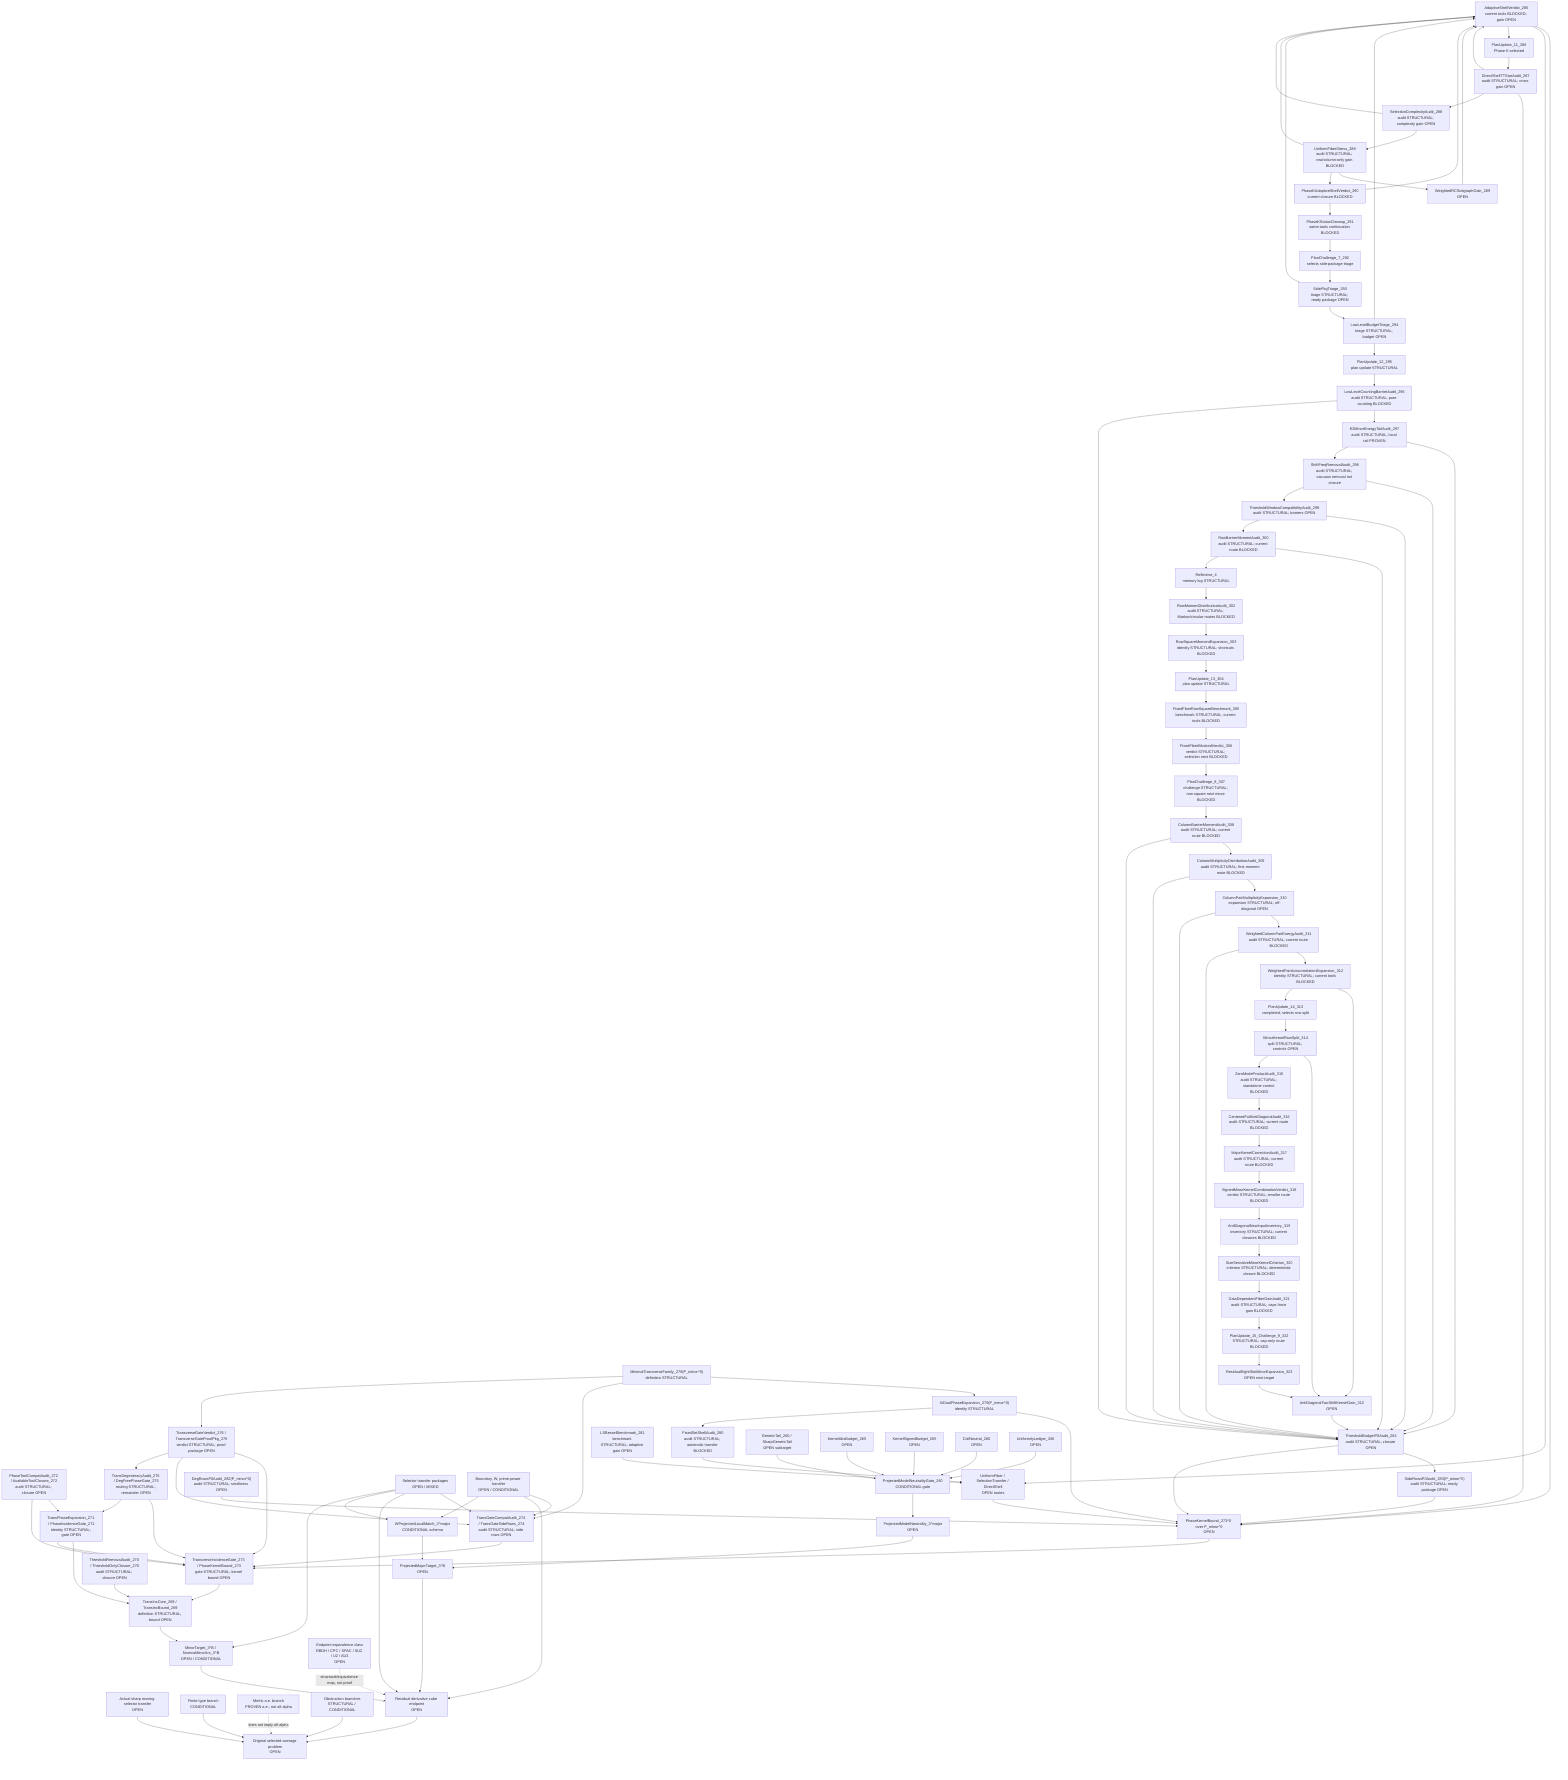
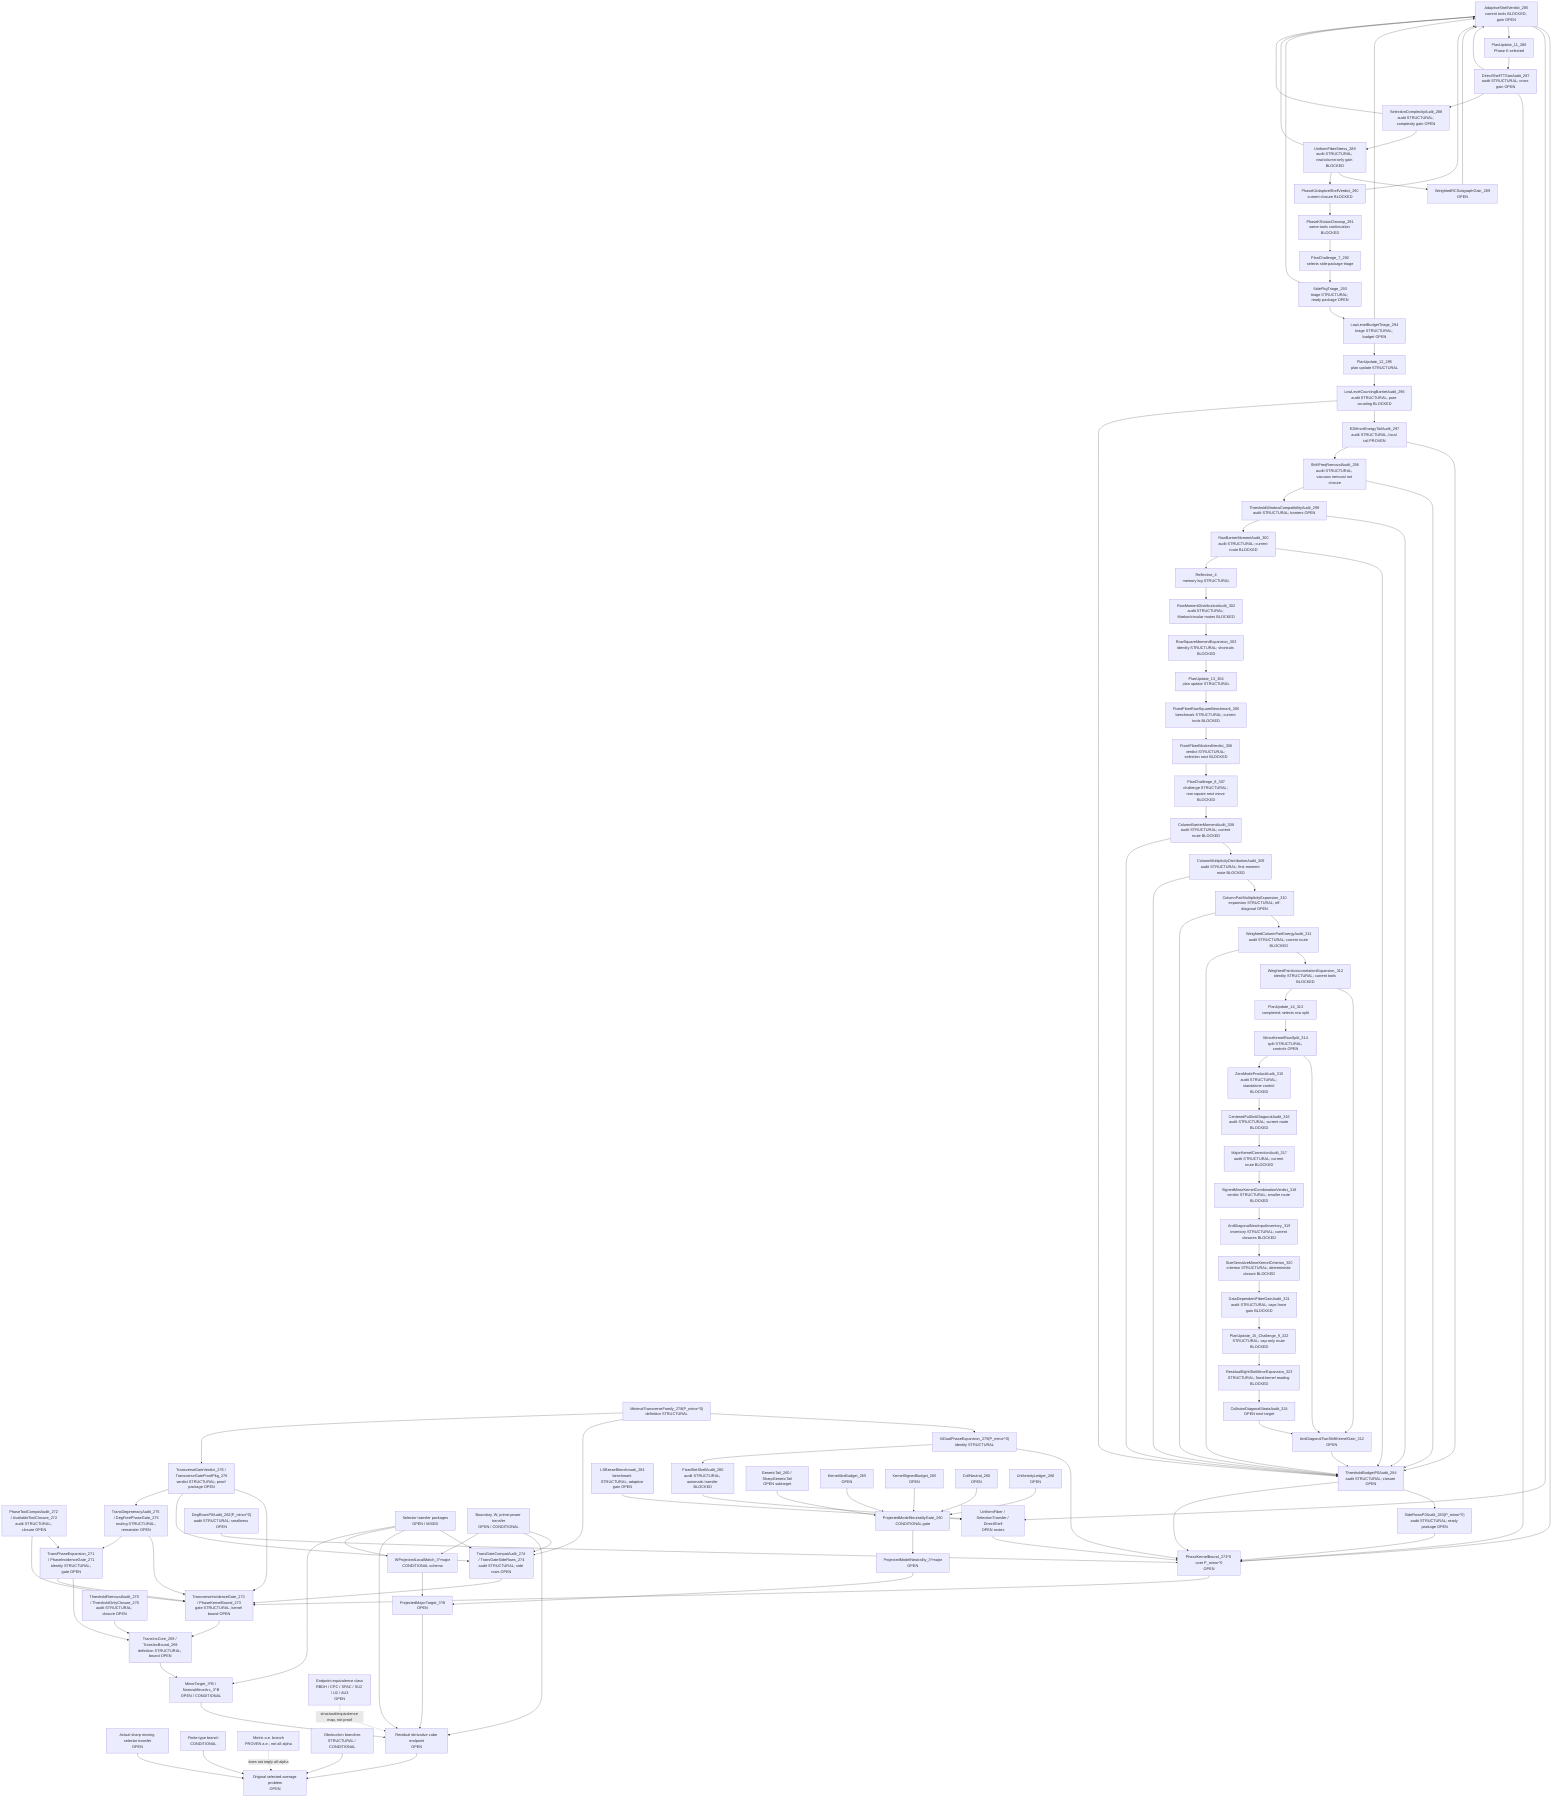
flowchart TD
  Original["Original selected-average problem<br/>OPEN"]
  SharpSel["Actual sharp moving selector transfer<br/>OPEN"]
  FiniteType["Finite-type branch<br/>CONDITIONAL"]
  Metric["Metric a.e. branch<br/>PROVEN a.e.; not all-alpha"]
  Obstruction["Obstruction branches<br/>STRUCTURAL / CONDITIONAL"]

  ResCube["Residual derivative cube endpoint<br/>OPEN"]
  MajorTarget["ProjectedMajorTarget_3^B<br/>OPEN"]
  MinorTarget["MinorTarget_3^B / NarrowMinorArc_3^B<br/>OPEN / CONDITIONAL"]
  TransInc["TransIncCore_269 / TransIncBound_269<br/>definition STRUCTURAL; bound OPEN"]
  ThresholdAudit["ThresholdRemovalAudit_270 / ThresholdOnlyClosure_270<br/>audit STRUCTURAL; closure OPEN"]
  PhaseExpansion["TransPhaseExpansion_271 / PhaseIncidenceGate_271<br/>identity STRUCTURAL; gate OPEN"]
  ToolCompat["PhaseToolCompatAudit_272 / AvailableToolClosure_272<br/>audit STRUCTURAL; closure OPEN"]
  TransGate["TransverseIncidenceGate_273 / PhaseKernelBound_273<br/>gate STRUCTURAL; kernel bound OPEN"]
  TransGateCompat["TransGateCompatAudit_274 / TransGateSideRows_274<br/>audit STRUCTURAL; side rows OPEN"]
  DegAudit["TransDegeneracyAudit_275 / DegFreePhaseGate_275<br/>routing STRUCTURAL; remainder OPEN"]
  TransVerdict["TransverseGateVerdict_276 / TransverseGateProofPkg_276<br/>verdict STRUCTURAL; proof package OPEN"]
  MinTransFamily["MinimalTransverseFamily_278(P_minor^0)<br/>definition STRUCTURAL"]
  XiExpansion["XiDualPhaseExpansion_279(P_minor^0)<br/>identity STRUCTURAL"]
  FixedShellAudit["FixedSetShellAudit_280<br/>audit STRUCTURAL; automatic transfer BLOCKED"]
  FixedShellTransfer["UniformFiber / SelectionTransfer / DirectShell<br/>OPEN routes"]
  LSBesselBench["LSBesselBenchmark_281<br/>benchmark STRUCTURAL; adaptive gain OPEN"]
  DegRowsP0["DegRowsP0Audit_282(P_minor^0)<br/>audit STRUCTURAL; smallness OPEN"]
  SideRowsP0["SideRowsP0Audit_283(P_minor^0)<br/>audit STRUCTURAL; ready package OPEN"]
  ThresholdP0["ThresholdBudgetP0Audit_284<br/>audit STRUCTURAL; closure OPEN"]
  AdaptiveShellP0["AdaptiveShellVerdict_285<br/>current tools BLOCKED; gain OPEN"]
  PlanUpdate11["PlanUpdate_11_286<br/>Phase K selected"]
  DirectTTStar["DirectShellTTStarAudit_287<br/>audit STRUCTURAL; cross gain OPEN"]
  SelectionComplexity["SelectionComplexityAudit_288<br/>audit STRUCTURAL; complexity gain OPEN"]
  UniformFiberStress["UniformFiberStress_289<br/>audit STRUCTURAL; row/column-only gain BLOCKED"]
  WeightedRCSubgraph["WeightedRCSubgraphGain_289<br/>OPEN"]
  AdaptiveVerdict290["PhaseKAdaptiveShellVerdict_290<br/>current closure BLOCKED"]
  PhaseKCleanup291["PhaseKStatusCleanup_291<br/>same-tools continuation BLOCKED"]
  PlanChallenge7["PlanChallenge_7_292<br/>selects side-package triage"]
  SidePkgTriage293["SidePkgTriage_293<br/>triage STRUCTURAL; ready package OPEN"]
  LowLevelTriage294["LowLevelBudgetTriage_294<br/>triage STRUCTURAL; budget OPEN"]
  PlanUpdate12["PlanUpdate_12_295<br/>plan update STRUCTURAL"]
  LowLevelBarrier296["LowLevelCountingBarrierAudit_296<br/>audit STRUCTURAL; pure counting BLOCKED"]
  E2Tail297["E2MinorEnergyTailAudit_297<br/>audit STRUCTURAL; local tail PROVEN"]
  ShiftFreq298["ShiftFreqRemovalAudit_298<br/>audit STRUCTURAL; vacuous removal not closure"]
  ThresholdWindow299["ThresholdWindowCompatibilityAudit_299<br/>audit STRUCTURAL; barriers OPEN"]
  RowBarrier300["RowBarrierMomentAudit_300<br/>audit STRUCTURAL; current route BLOCKED"]
  Reflective4["Reflective_4<br/>memory log STRUCTURAL"]
  RowMoment302["RowMomentDistributionAudit_302<br/>audit STRUCTURAL; Markov/circular routes BLOCKED"]
  RowSquare303["RowSquareMomentExpansion_303<br/>identity STRUCTURAL; shortcuts BLOCKED"]
  PlanUpdate13["PlanUpdate_13_304<br/>plan update STRUCTURAL"]
  FixedFiber305["FixedFiberRowSquareBenchmark_305<br/>benchmark STRUCTURAL; current tools BLOCKED"]
  FixedFiber306["FixedFiberBlockedVerdict_306<br/>verdict STRUCTURAL; selection next BLOCKED"]
  PlanChallenge8["PlanChallenge_8_307<br/>challenge STRUCTURAL; row-square next move BLOCKED"]
  ColumnBarrier308["ColumnBarrierMomentAudit_308<br/>audit STRUCTURAL; current route BLOCKED"]
  ColumnDist309["ColumnMultiplicityDistributionAudit_309<br/>audit STRUCTURAL; first-moment route BLOCKED"]
  ColumnPair310["ColumnPairMultiplicityExpansion_310<br/>expansion STRUCTURAL; off-diagonal OPEN"]
  WPair311["WeightedColumnPairEnergyAudit_311<br/>audit STRUCTURAL; current route BLOCKED"]
  AutoCorr312["WeightedPairAutocorrelationExpansion_312<br/>identity STRUCTURAL; current tools BLOCKED"]
  AntiDiag312["AntiDiagonalTwoShiftKernelGain_312<br/>OPEN"]
  PlanUpdate14["PlanUpdate_14_313<br/>completed; selects row split"]
  MinorKernel314["MinorKernelRowSplit_314<br/>split STRUCTURAL; controls OPEN"]
  ZeroAudit315["ZeroModeProductAudit_315<br/>audit STRUCTURAL; standalone control BLOCKED"]
  CenteredFull316["CenteredFullAntiDiagonalAudit_316<br/>audit STRUCTURAL; current route BLOCKED"]
  MajorCorr317["MajorKernelCorrectionAudit_317<br/>audit STRUCTURAL; current route BLOCKED"]
  SignedVerdict318["SignedMinorKernelCombinationVerdict_318<br/>verdict STRUCTURAL; smaller route BLOCKED"]
  NewInput319["AntiDiagonalNewInputInventory_319<br/>inventory STRUCTURAL; current closures BLOCKED"]
  SizeSensitive320["SizeSensitiveMinorKernelCriterion_320<br/>criterion STRUCTURAL; deterministic closure BLOCKED"]
  FiberGain321["DataDependentFiberGainAudit_321<br/>audit STRUCTURAL; caps force gain BLOCKED"]
  Plan322["PlanUpdate_15_Challenge_9_322<br/>STRUCTURAL; cap-only route BLOCKED"]
-   ResidualEight323["ResidualEightSlotMinorExpansion_323<br/>OPEN next target"]
+   ResidualEight323["ResidualEightSlotMinorExpansion_323<br/>STRUCTURAL; fixed-kernel reading BLOCKED"]
+   Collision324["CollisionDiagonalStrataAudit_324<br/>OPEN next target"]
  PhaseKernel0["PhaseKernelBound_273^0 over P_minor^0<br/>OPEN"]
  SelectorTransfer["Selector transfer packages<br/>OPEN / MIXED"]
  BoundaryTransfer["Boundary, W, prime-power transfer<br/>OPEN / CONDITIONAL"]

  WLocal["WProjectedLocalMatch_3^major<br/>CONDITIONAL schema"]
  ModelNeutral["ProjectedModelNeutrality_3^major<br/>OPEN"]
  PMNGate["ProjectedModelNeutralityGate_260<br/>CONDITIONAL gate"]
  GenericTail["GenericTail_260 / SharpGenericTail<br/>OPEN subtarget"]
  KernelAbs["KernelAbsBudget_265<br/>OPEN"]
  KernelSigned["KernelSignedBudget_265<br/>OPEN"]
  CollNeutral["CollNeutral_260<br/>OPEN"]
  Uniformity["UniformityLedger_266<br/>OPEN"]

  EndpointClass["Endpoint equivalence class<br/>RBDH / CPC / SPAC / SU2 / U2 / AU3<br/>OPEN"]

  SharpSel --> Original
  FiniteType --> Original
  Obstruction --> Original
  ResCube --> Original
  Metric -. "does not imply all-alpha" .-> Original

  MajorTarget --> ResCube
  MinorTarget --> ResCube
  TransInc --> MinorTarget
  ThresholdAudit --> TransInc
  PhaseExpansion --> TransInc
  ToolCompat --> PhaseExpansion
  TransGate --> TransInc
  PhaseExpansion --> TransGate
  ToolCompat --> TransGate
  TransGateCompat --> TransGate
  SelectorTransfer --> TransGateCompat
  BoundaryTransfer --> TransGateCompat
  DegAudit --> TransGate
  DegAudit --> PhaseExpansion
  TransVerdict --> TransGate
  TransVerdict --> TransGateCompat
  TransVerdict --> DegAudit
  PhaseKernel0 --> TransGate
  MinTransFamily --> XiExpansion
  XiExpansion --> PhaseKernel0
  XiExpansion --> FixedShellAudit
  FixedShellAudit --> FixedShellTransfer
  FixedShellTransfer --> PhaseKernel0
  LSBesselBench --> FixedShellTransfer
  DegRowsP0 --> PhaseKernel0
  SideRowsP0 --> PhaseKernel0
  ThresholdP0 --> SideRowsP0
  ThresholdP0 --> PhaseKernel0
  AdaptiveShellP0 --> PhaseKernel0
  AdaptiveShellP0 --> FixedShellTransfer
  AdaptiveShellP0 --> PlanUpdate11
  PlanUpdate11 --> DirectTTStar
  DirectTTStar --> AdaptiveShellP0
  DirectTTStar --> PhaseKernel0
  DirectTTStar --> SelectionComplexity
  SelectionComplexity --> UniformFiberStress
  SelectionComplexity --> AdaptiveShellP0
  UniformFiberStress --> WeightedRCSubgraph
  WeightedRCSubgraph --> AdaptiveShellP0
  UniformFiberStress --> AdaptiveVerdict290
  UniformFiberStress --> AdaptiveShellP0
  AdaptiveVerdict290 --> AdaptiveShellP0
  AdaptiveVerdict290 --> PhaseKCleanup291
  PhaseKCleanup291 --> PlanChallenge7
  PlanChallenge7 --> SidePkgTriage293
  SidePkgTriage293 --> LowLevelTriage294
  SidePkgTriage293 --> AdaptiveShellP0
  LowLevelTriage294 --> AdaptiveShellP0
  LowLevelTriage294 --> PlanUpdate12
  PlanUpdate12 --> LowLevelBarrier296
  LowLevelBarrier296 --> E2Tail297
  LowLevelBarrier296 --> ThresholdP0
  E2Tail297 --> ThresholdP0
  E2Tail297 --> ShiftFreq298
  ShiftFreq298 --> ThresholdP0
  ShiftFreq298 --> ThresholdWindow299
  ThresholdWindow299 --> ThresholdP0
  ThresholdWindow299 --> RowBarrier300
  RowBarrier300 --> ThresholdP0
  RowBarrier300 --> Reflective4
  Reflective4 --> RowMoment302
  RowMoment302 --> RowSquare303
  RowSquare303 --> PlanUpdate13
  PlanUpdate13 --> FixedFiber305
  FixedFiber305 --> FixedFiber306
  FixedFiber306 --> PlanChallenge8
  PlanChallenge8 --> ColumnBarrier308
  ColumnBarrier308 --> ColumnDist309
  ColumnDist309 --> ColumnPair310
  ColumnPair310 --> WPair311
  WPair311 --> AutoCorr312
  AutoCorr312 --> AntiDiag312
  AntiDiag312 --> ThresholdP0
  AutoCorr312 --> PlanUpdate14
  PlanUpdate14 --> MinorKernel314
  MinorKernel314 --> AntiDiag312
  MinorKernel314 --> ZeroAudit315
  ZeroAudit315 --> CenteredFull316
  CenteredFull316 --> MajorCorr317
  MajorCorr317 --> SignedVerdict318
  SignedVerdict318 --> NewInput319
  NewInput319 --> SizeSensitive320
  SizeSensitive320 --> FiberGain321
  FiberGain321 --> Plan322
  Plan322 --> ResidualEight323
-   ResidualEight323 --> AntiDiag312
+   ResidualEight323 --> Collision324
+   Collision324 --> AntiDiag312
  WPair311 --> ThresholdP0
  ColumnPair310 --> ThresholdP0
  ColumnDist309 --> ThresholdP0
  ColumnBarrier308 --> ThresholdP0
  MinTransFamily --> TransGateCompat
  MinTransFamily --> TransVerdict
  SelectorTransfer --> ResCube
  BoundaryTransfer --> ResCube
  EndpointClass -. "structural/equivalence map, not proof" .-> ResCube

  WLocal --> MajorTarget
  ModelNeutral --> MajorTarget

  PMNGate --> ModelNeutral
  GenericTail --> PMNGate
  KernelAbs --> PMNGate
  KernelSigned --> PMNGate
  CollNeutral --> PMNGate
  Uniformity --> PMNGate

  BoundaryTransfer --> WLocal
  SelectorTransfer --> WLocal
  SelectorTransfer --> MinorTarget
